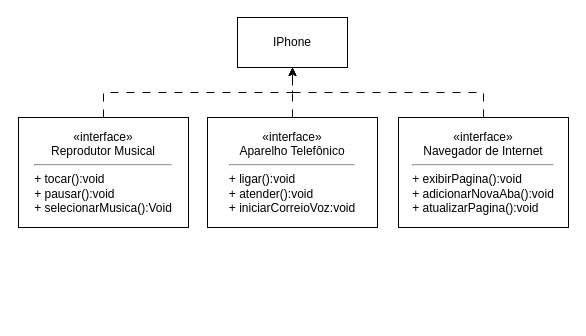
pedroHenrique57/POO---Desafio keeps this draw.io diagram as assets/Diagramas/Diagrama IPhone.drawio. Above is the earlier version. Source tidied: cells renumbered, new cells numbered last; positions are measured from the earlier drawing's top-left corner, leaving out a move shared by most shapes. Both pictures are drawn from the tidied source at 100%, with x=0, y=0 at pixel (18, 17).
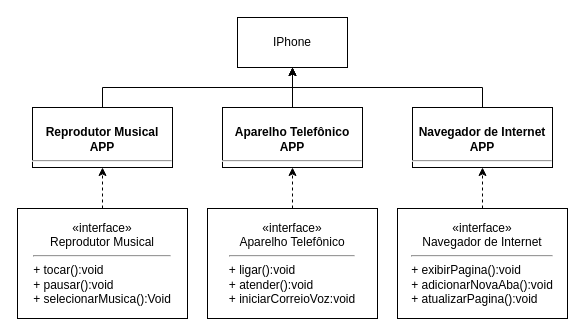
Above is the later version.

Commit message (it also covers changes not shown here):
Criação das classes aplicativos e interfaces. Atualização do Diagrama UML. >> Criação de classes de interfaces seguindo Diagrama UML.

Change to the diagram source:
```diff
@@
 <mxGraphModel>
   <root>
     <mxCell id="0" />
     <mxCell id="1" parent="0" />
     <mxCell id="2" value="IPhone" style="html=1;whiteSpace=wrap;" parent="1" vertex="1">
       <mxGeometry x="219" width="110" height="50" as="geometry" />
     </mxCell>
-    <mxCell id="3" style="edgeStyle=orthogonalEdgeStyle;rounded=0;jettySize=auto;html=1;exitX=0.5;exitY=0;exitDx=0;exitDy=0;entryX=0.5;entryY=1;entryDx=0;entryDy=0;dashed=1;dashPattern=8 8;" parent="1" edge="1" source="4" target="2">
-      <mxGeometry relative="1" as="geometry" />
-    </mxCell>
+    <mxCell id="9" style="edgeStyle=orthogonalEdgeStyle;rounded=0;jettySize=auto;html=1;exitX=0.5;exitY=0;exitDx=0;exitDy=0;entryX=0.5;entryY=1;entryDx=0;entryDy=0;dashed=1;" parent="1" edge="1" source="4" target="17">
+      <mxGeometry relative="1" as="geometry" />
+    </mxCell>
     <mxCell id="4" value="«interface»&lt;br&gt;Aparelho Telefônico&lt;hr&gt;&lt;div style=&quot;text-align: left;&quot;&gt;+ ligar():void&lt;br&gt;+ atender():void&lt;br&gt;+ iniciarCorreioVoz:void&lt;br&gt;&lt;/div&gt;" style="html=1;whiteSpace=wrap;" parent="1" vertex="1">
-      <mxGeometry x="189" y="100" width="170" height="110" as="geometry" />
+      <mxGeometry x="189" y="191" width="170" height="110" as="geometry" />
     </mxCell>
-    <mxCell id="5" style="edgeStyle=orthogonalEdgeStyle;rounded=0;jettySize=auto;html=1;exitX=0.5;exitY=0;exitDx=0;exitDy=0;entryX=0.5;entryY=1;entryDx=0;entryDy=0;dashed=1;dashPattern=8 8;" parent="1" edge="1" source="6" target="2">
-      <mxGeometry relative="1" as="geometry" />
-    </mxCell>
+    <mxCell id="10" style="edgeStyle=orthogonalEdgeStyle;rounded=0;jettySize=auto;html=1;exitX=0.5;exitY=0;exitDx=0;exitDy=0;entryX=0.5;entryY=1;entryDx=0;entryDy=0;dashed=1;" parent="1" edge="1" source="6" target="15">
+      <mxGeometry relative="1" as="geometry" />
+    </mxCell>
     <mxCell id="6" value="«interface»&lt;br&gt;Navegador de Internet&lt;hr&gt;&lt;div style=&quot;text-align: left;&quot;&gt;+ exibirPagina():void&lt;br&gt;+ adicionarNovaAba():void&lt;br&gt;+ atualizarPagina():void&lt;br&gt;&lt;/div&gt;" style="html=1;whiteSpace=wrap;" parent="1" vertex="1">
-      <mxGeometry x="380" y="100" width="170" height="110" as="geometry" />
+      <mxGeometry x="379" y="191" width="170" height="110" as="geometry" />
     </mxCell>
-    <mxCell id="7" style="edgeStyle=orthogonalEdgeStyle;rounded=0;jettySize=auto;html=1;exitX=0.5;exitY=0;exitDx=0;exitDy=0;entryX=0.5;entryY=1;entryDx=0;entryDy=0;dashed=1;dashPattern=8 8;" parent="1" edge="1" source="8" target="2">
-      <mxGeometry relative="1" as="geometry" />
-    </mxCell>
+    <mxCell id="11" style="edgeStyle=orthogonalEdgeStyle;rounded=0;jettySize=auto;html=1;dashed=1;" parent="1" edge="1" source="8" target="13">
+      <mxGeometry relative="1" as="geometry" />
+    </mxCell>
     <mxCell id="8" value="«interface»&lt;br&gt;Reprodutor Musical&lt;hr&gt;&lt;div style=&quot;text-align: left;&quot;&gt;&lt;span style=&quot;background-color: initial;&quot;&gt;+ tocar():void&lt;/span&gt;&lt;/div&gt;&lt;div style=&quot;text-align: left;&quot;&gt;&lt;span style=&quot;background-color: initial;&quot;&gt;+ pausar():void&lt;/span&gt;&lt;/div&gt;&lt;div style=&quot;text-align: left;&quot;&gt;&lt;span style=&quot;background-color: initial;&quot;&gt;+ selecionarMusica():Void&lt;/span&gt;&lt;/div&gt;" style="html=1;whiteSpace=wrap;" parent="1" vertex="1">
-      <mxGeometry y="100" width="170" height="110" as="geometry" />
+      <mxGeometry x="-1" y="191" width="170" height="110" as="geometry" />
     </mxCell>
+    <mxCell id="12" style="edgeStyle=orthogonalEdgeStyle;rounded=0;jettySize=auto;html=1;exitX=0.5;exitY=0;exitDx=0;exitDy=0;entryX=0.5;entryY=1;entryDx=0;entryDy=0;" parent="1" edge="1" source="13" target="2">
+      <mxGeometry relative="1" as="geometry" />
+    </mxCell>
+    <mxCell id="13" value="&lt;p style=&quot;margin:0px;margin-top:4px;text-align:center;&quot;&gt;&lt;br&gt;&lt;b&gt;Reprodutor Musical APP&lt;/b&gt;&lt;/p&gt;&lt;hr&gt;" style="verticalAlign=top;align=left;overflow=fill;fontSize=12;fontFamily=Helvetica;html=1;whiteSpace=wrap;strokeColor=default;" parent="1" vertex="1">
+      <mxGeometry x="14" y="90" width="140" height="60" as="geometry" />
+    </mxCell>
+    <mxCell id="14" style="edgeStyle=orthogonalEdgeStyle;rounded=0;jettySize=auto;html=1;exitX=0.5;exitY=0;exitDx=0;exitDy=0;entryX=0.5;entryY=1;entryDx=0;entryDy=0;" parent="1" edge="1" source="15" target="2">
+      <mxGeometry relative="1" as="geometry" />
+    </mxCell>
+    <mxCell id="15" value="&lt;p style=&quot;margin:0px;margin-top:4px;text-align:center;&quot;&gt;&lt;br&gt;&lt;b&gt;Navegador de Internet APP&lt;/b&gt;&lt;/p&gt;&lt;hr&gt;" style="verticalAlign=top;align=left;overflow=fill;fontSize=12;fontFamily=Helvetica;html=1;whiteSpace=wrap;" parent="1" vertex="1">
+      <mxGeometry x="394" y="90" width="140" height="60" as="geometry" />
+    </mxCell>
+    <mxCell id="16" style="edgeStyle=orthogonalEdgeStyle;rounded=0;jettySize=auto;html=1;exitX=0.5;exitY=0;exitDx=0;exitDy=0;entryX=0.5;entryY=1;entryDx=0;entryDy=0;" parent="1" edge="1" source="17" target="2">
+      <mxGeometry relative="1" as="geometry" />
+    </mxCell>
+    <mxCell id="17" value="&lt;p style=&quot;margin:0px;margin-top:4px;text-align:center;&quot;&gt;&lt;br&gt;&lt;b&gt;Aparelho Telefônico APP&lt;/b&gt;&lt;/p&gt;&lt;hr&gt;" style="verticalAlign=top;align=left;overflow=fill;fontSize=12;fontFamily=Helvetica;html=1;whiteSpace=wrap;strokeColor=default;" parent="1" vertex="1">
+      <mxGeometry x="204" y="90" width="140" height="60" as="geometry" />
+    </mxCell>
   </root>
 </mxGraphModel>
```
